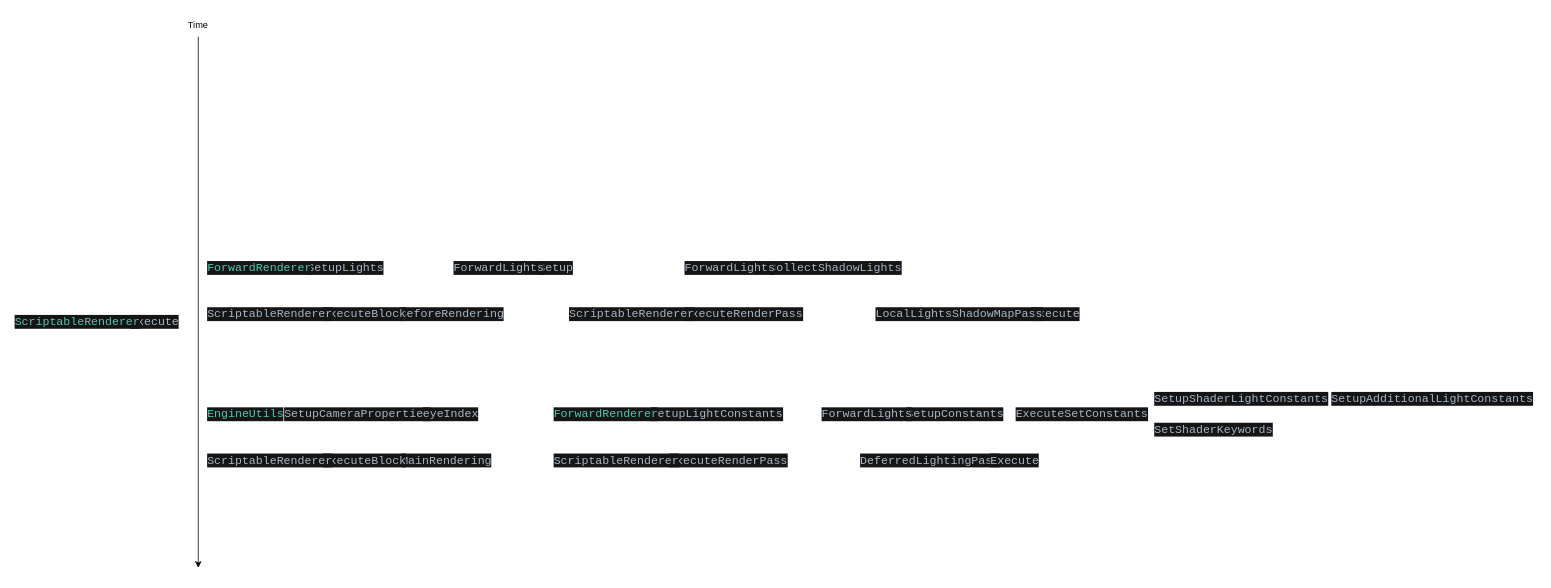
This is page "PRP" (1 of 2) of Unity.drawio from stellarnull/drawio, a draw.io file, before an edit. Source tidied: cells renumbered, new cells numbered last; positions are measured from the earlier drawing's top-left corner, leaving out a move shared by most shapes. Both pictures are drawn from the tidied source at 77%, with x=0, y=0 at pixel (13, 13).
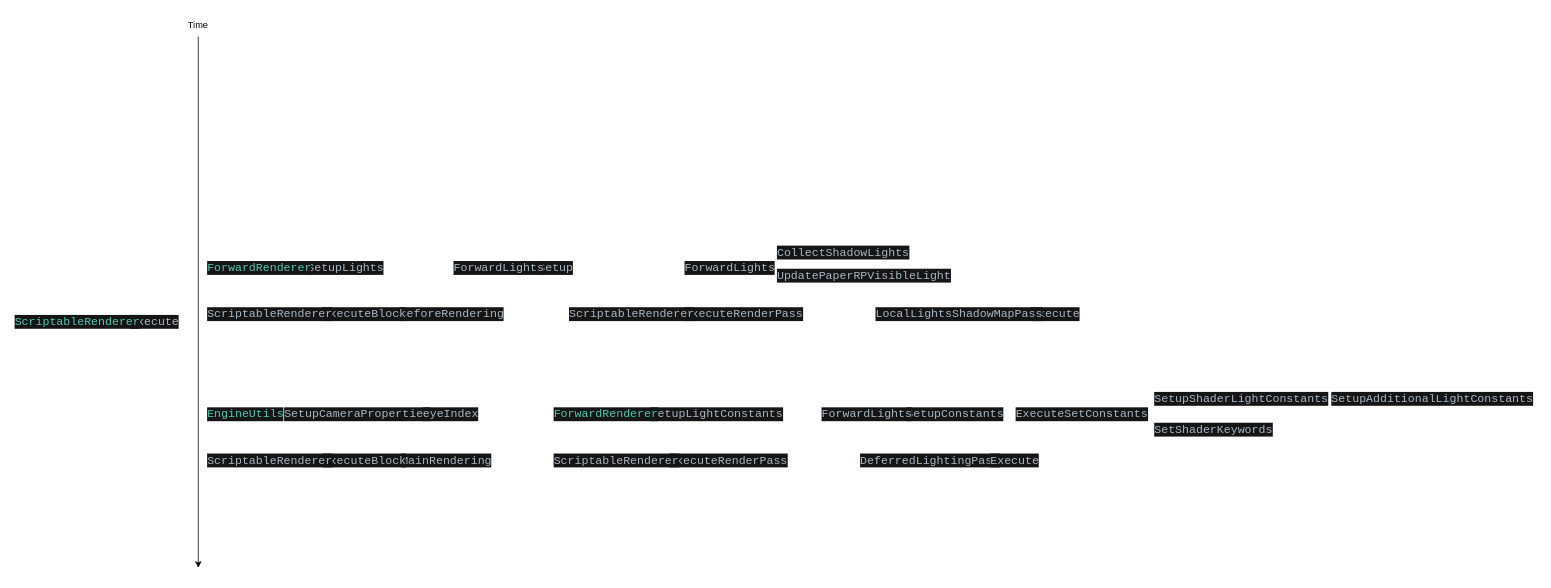
The same diagram, later.

The edit, as a diff of the source:
```diff
@@
     <mxCell id="2" value="&lt;div style=&quot;background-color:#151515;color:#a9b7c6&quot;&gt;&lt;pre style=&quot;font-family:'Consolas',monospace;font-size:11.3pt;&quot;&gt;CollectShadowLights&lt;/pre&gt;&lt;/div&gt;" style="text;whiteSpace=wrap;html=1;" parent="1" vertex="1">
-      <mxGeometry x="980" y="300" width="190" height="70" as="geometry" />
+      <mxGeometry x="990" y="280" width="190" height="70" as="geometry" />
     </mxCell>
@@
+    <mxCell id="37" value="&lt;div style=&quot;background-color:#151515;color:#a9b7c6&quot;&gt;&lt;pre style=&quot;font-family:'Consolas',monospace;font-size:11.3pt;&quot;&gt;UpdatePaperRPVisibleLight&lt;/pre&gt;&lt;/div&gt;" style="text;whiteSpace=wrap;html=1;" parent="1" vertex="1">
+      <mxGeometry x="990" y="310" width="240" height="70" as="geometry" />
+    </mxCell>
```
